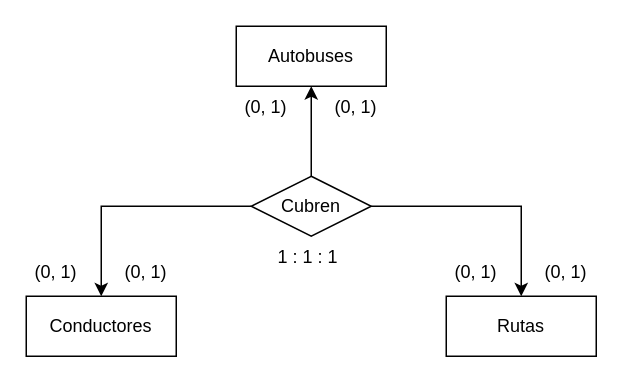
The draw.io diagram Ejercicio_Seis.drawio in Lioteronn/erp-diagrams, before the edit. Source tidied: cells renumbered, new cells numbered last; positions are measured from the earlier drawing's top-left corner, leaving out a move shared by most shapes. Both pictures are drawn from the tidied source at 150%, with x=0, y=0 at pixel (26, 26).
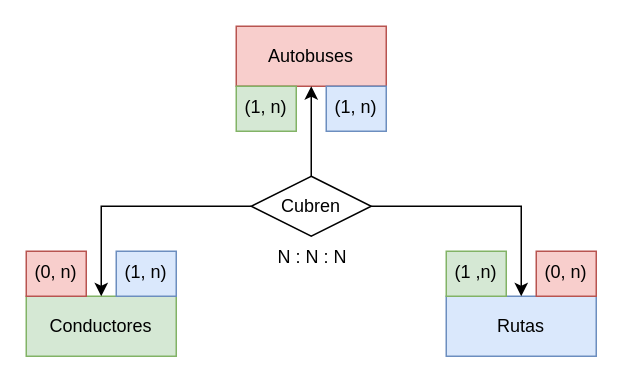
Above is the later version.

Diff of the diagram source:
```diff
@@
 <mxGraphModel>
   <root>
     <mxCell id="0" />
     <mxCell id="1" parent="0" />
-    <mxCell id="2" value="Conductores" style="whiteSpace=wrap;html=1;align=center;" parent="1" vertex="1">
+    <mxCell id="2" value="Conductores" style="whiteSpace=wrap;html=1;align=center;fillColor=#d5e8d4;strokeColor=#82b366;" parent="1" vertex="1">
       <mxGeometry y="180" width="100" height="40" as="geometry" />
     </mxCell>
-    <mxCell id="3" value="Autobuses" style="whiteSpace=wrap;html=1;align=center;" parent="1" vertex="1">
+    <mxCell id="3" value="Autobuses" style="whiteSpace=wrap;html=1;align=center;fillColor=#f8cecc;strokeColor=#b85450;" parent="1" vertex="1">
       <mxGeometry x="140" width="100" height="40" as="geometry" />
     </mxCell>
-    <mxCell id="4" value="Rutas" style="whiteSpace=wrap;html=1;align=center;" parent="1" vertex="1">
+    <mxCell id="4" value="Rutas" style="whiteSpace=wrap;html=1;align=center;fillColor=#dae8fc;strokeColor=#6c8ebf;" parent="1" vertex="1">
       <mxGeometry x="280" y="180" width="100" height="40" as="geometry" />
     </mxCell>
     <mxCell id="5" style="edgeStyle=orthogonalEdgeStyle;rounded=0;jettySize=auto;html=1;entryX=0.5;entryY=1;entryDx=0;entryDy=0;" parent="1" edge="1" source="8" target="3">
       <mxGeometry relative="1" as="geometry" />
     </mxCell>
     <mxCell id="6" style="edgeStyle=orthogonalEdgeStyle;rounded=0;jettySize=auto;html=1;entryX=0.5;entryY=0;entryDx=0;entryDy=0;" parent="1" edge="1" source="8" target="4">
       <mxGeometry relative="1" as="geometry" />
     </mxCell>
     <mxCell id="7" style="edgeStyle=orthogonalEdgeStyle;rounded=0;jettySize=auto;html=1;entryX=0.5;entryY=0;entryDx=0;entryDy=0;" parent="1" edge="1" source="8" target="2">
       <mxGeometry relative="1" as="geometry" />
     </mxCell>
     <mxCell id="8" value="Cubren" style="shape=rhombus;perimeter=rhombusPerimeter;whiteSpace=wrap;html=1;align=center;" parent="1" vertex="1">
       <mxGeometry x="150" y="100" width="80" height="40" as="geometry" />
     </mxCell>
-    <mxCell id="9" value="(0, 1)" style="text;strokeColor=none;fillColor=none;spacingLeft=4;spacingRight=4;overflow=hidden;fontSize=12;whiteSpace=wrap;html=1;" parent="1" vertex="1">
+    <mxCell id="9" value="(0, n)" style="text;strokeColor=#b85450;fillColor=#f8cecc;spacingLeft=4;spacingRight=4;overflow=hidden;fontSize=12;whiteSpace=wrap;html=1;" parent="1" vertex="1">
       <mxGeometry x="340" y="150" width="40" height="30" as="geometry" />
     </mxCell>
-    <mxCell id="10" value="(0, 1)" style="text;strokeColor=none;fillColor=none;spacingLeft=4;spacingRight=4;overflow=hidden;fontSize=12;whiteSpace=wrap;html=1;" parent="1" vertex="1">
+    <mxCell id="10" value="(0, n)" style="text;strokeColor=#b85450;fillColor=#f8cecc;spacingLeft=4;spacingRight=4;overflow=hidden;fontSize=12;whiteSpace=wrap;html=1;" parent="1" vertex="1">
       <mxGeometry y="150" width="40" height="30" as="geometry" />
     </mxCell>
-    <mxCell id="11" value="(0, 1)" style="text;strokeColor=none;fillColor=none;spacingLeft=4;spacingRight=4;overflow=hidden;fontSize=12;whiteSpace=wrap;html=1;" parent="1" vertex="1">
+    <mxCell id="11" value="(1, n)" style="text;strokeColor=#6c8ebf;fillColor=#dae8fc;spacingLeft=4;spacingRight=4;overflow=hidden;fontSize=12;whiteSpace=wrap;html=1;" parent="1" vertex="1">
       <mxGeometry x="200" y="40" width="40" height="30" as="geometry" />
     </mxCell>
-    <mxCell id="12" value="(0, 1)" style="text;strokeColor=none;fillColor=none;spacingLeft=4;spacingRight=4;overflow=hidden;fontSize=12;whiteSpace=wrap;html=1;" parent="1" vertex="1">
+    <mxCell id="12" value="(1, n)" style="text;strokeColor=#82b366;fillColor=#d5e8d4;spacingLeft=4;spacingRight=4;overflow=hidden;fontSize=12;whiteSpace=wrap;html=1;" parent="1" vertex="1">
       <mxGeometry x="140" y="40" width="40" height="30" as="geometry" />
     </mxCell>
-    <mxCell id="13" value="(0, 1)" style="text;strokeColor=none;fillColor=none;spacingLeft=4;spacingRight=4;overflow=hidden;fontSize=12;whiteSpace=wrap;html=1;" parent="1" vertex="1">
+    <mxCell id="13" value="(1, n)" style="text;strokeColor=#6c8ebf;fillColor=#dae8fc;spacingLeft=4;spacingRight=4;overflow=hidden;fontSize=12;whiteSpace=wrap;html=1;" parent="1" vertex="1">
       <mxGeometry x="60" y="150" width="40" height="30" as="geometry" />
     </mxCell>
-    <mxCell id="14" value="(0, 1)" style="text;strokeColor=none;fillColor=none;spacingLeft=4;spacingRight=4;overflow=hidden;fontSize=12;whiteSpace=wrap;html=1;" parent="1" vertex="1">
+    <mxCell id="14" value="(1 ,n)" style="text;strokeColor=#82b366;fillColor=#d5e8d4;spacingLeft=4;spacingRight=4;overflow=hidden;fontSize=12;whiteSpace=wrap;html=1;" parent="1" vertex="1">
       <mxGeometry x="280" y="150" width="40" height="30" as="geometry" />
     </mxCell>
-    <mxCell id="15" value="1 : 1 : 1" style="text;strokeColor=none;fillColor=none;spacingLeft=4;spacingRight=4;overflow=hidden;fontSize=12;whiteSpace=wrap;html=1;" parent="1" vertex="1">
+    <mxCell id="15" value="N : N : N" style="text;strokeColor=none;fillColor=none;spacingLeft=4;spacingRight=4;overflow=hidden;fontSize=12;whiteSpace=wrap;html=1;" parent="1" vertex="1">
       <mxGeometry x="161.5" y="140" width="57" height="30" as="geometry" />
     </mxCell>
   </root>
 </mxGraphModel>
```
